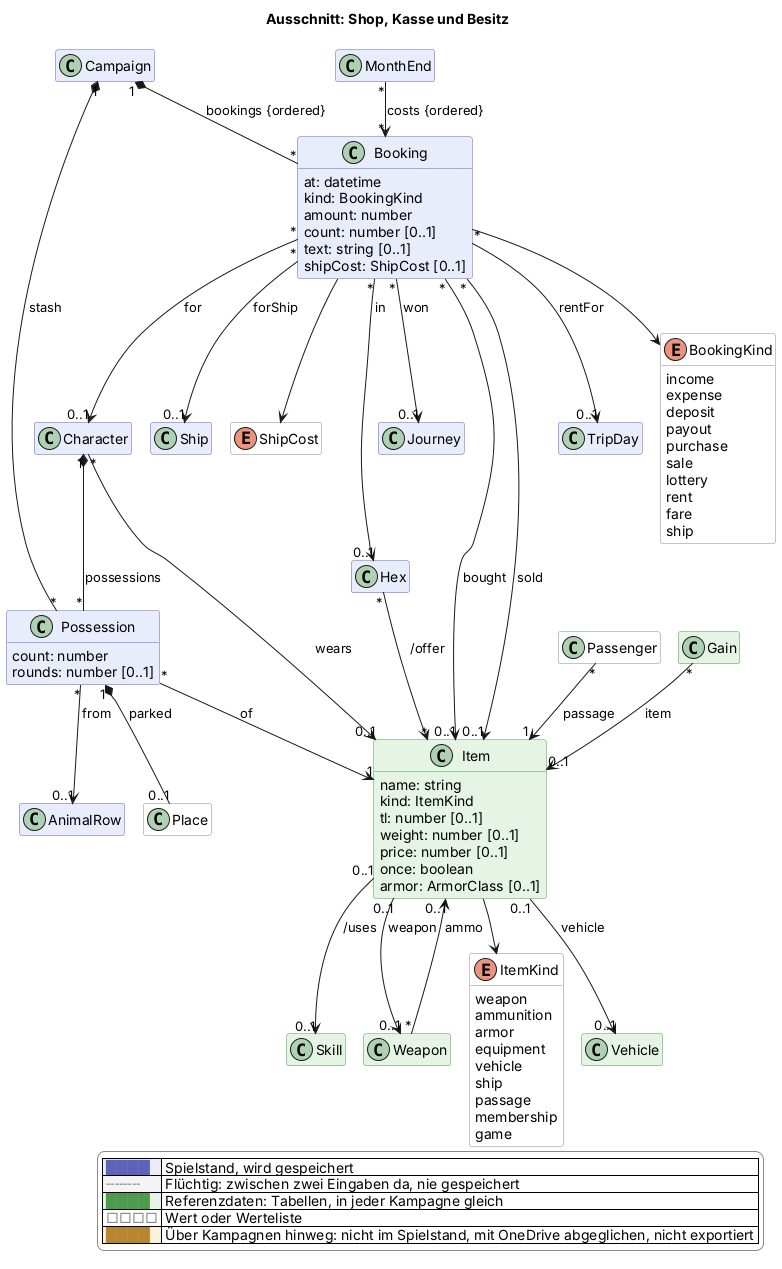
The PlantUML diagram docs/views/shop.png in scuzzar/SRE, before a commit.
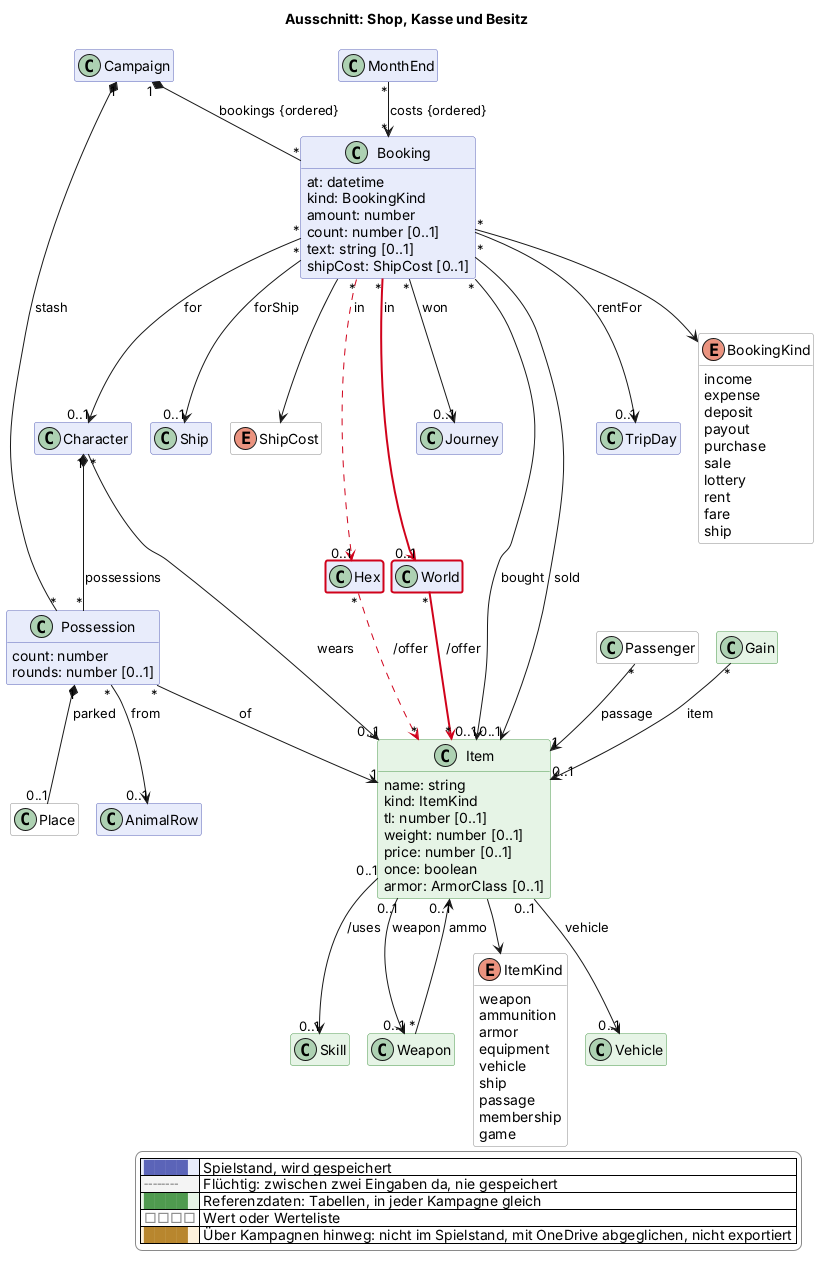
The same diagram one commit later.

The edit, as a diff of the source:
```diff
@@ -102,6 +102,7 @@
 
 
   class Hex $sektor
+  class World $sektor $newClass("2026-11-20b")
 
 
 
@@ -142,7 +143,8 @@
 Booking "*" --> "0..1" Character : for
 Booking "*" --> "0..1" Item : bought
 Booking "*" --> "0..1" Item : sold
-Booking "*" --> "0..1" Hex : in
+Booking "*" -$goneArrow("2026-11-20b")-> "0..1" Hex : in
+Booking "*" -$newArrow("2026-11-20b")-> "0..1" World : in
 Booking --> BookingKind
 
 Booking "*" --> "0..1" Ship : forShip
@@ -168,7 +170,8 @@
 Item "0..1" --> "0..1" Weapon : weapon
 
 Weapon "*" --> "0..1" Item : ammo
-Hex "*" --> "*" Item : /offer
+Hex "*" -$goneArrow("2026-11-20b")-> "*" Item : /offer
+World "*" -$newArrow("2026-11-20b")-> "*" Item : /offer
 
 Possession "*" --> "0..1" AnimalRow : from
 
@@ -185,4 +188,5 @@
   |<#ffffff> <color:#8a8a8a>□□□□</color> | Wert oder Werteliste |
   |<#fdf1dc> <color:#b8862e>████</color> | Über Kampagnen hinweg: nicht im Spielstand, mit OneDrive abgeglichen, nicht exportiert |
 endlegend
+class Hex #line:d0021b;line.bold
 @enduml
```
